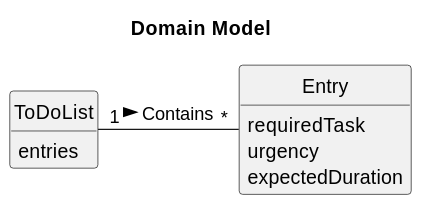
The PlantUML diagram docs/sprintC/us022/02.analysis/svg/us022-domain-model.svg in RicardoMorim/lapr2-ISEP-Project, before a commit. The source it was exported from:
```plantuml
@startuml

title Domain Model

hide methods
hide circle

class Entry {
    requiredTask
    urgency
    expectedDuration
}

class ToDoList{
    entries
}



ToDoList "1" -  "*" Entry: Contains  >
@enduml
```
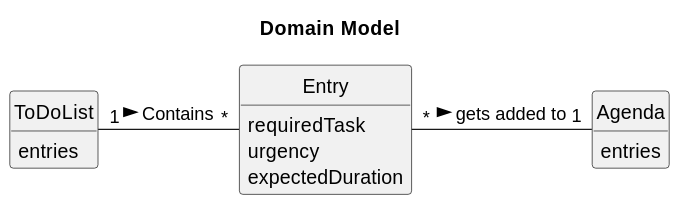
The same diagram one commit later.

Diff of the diagram source:
```diff
@@ -15,7 +15,12 @@
     entries
 }
 
+class Agenda{
+    entries
+}
+
 
 
 ToDoList "1" -  "*" Entry: Contains  >
+Entry "*" - "1" Agenda: gets added to >
 @enduml
```
